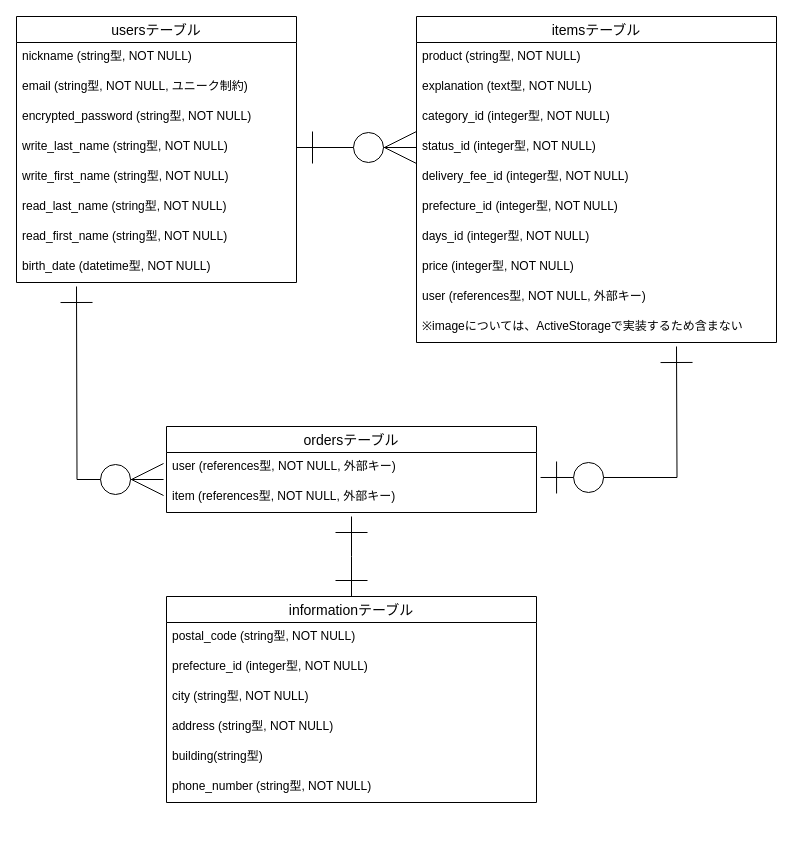
uesei777/furima-36698 keeps this draw.io diagram as furima.dio. Above is the earlier version. Source tidied: cells renumbered, new cells numbered last; positions are measured from the earlier drawing's top-left corner, leaving out a move shared by most shapes. Both pictures are drawn from the tidied source at 100%, with x=0, y=0 at pixel (16, 16).
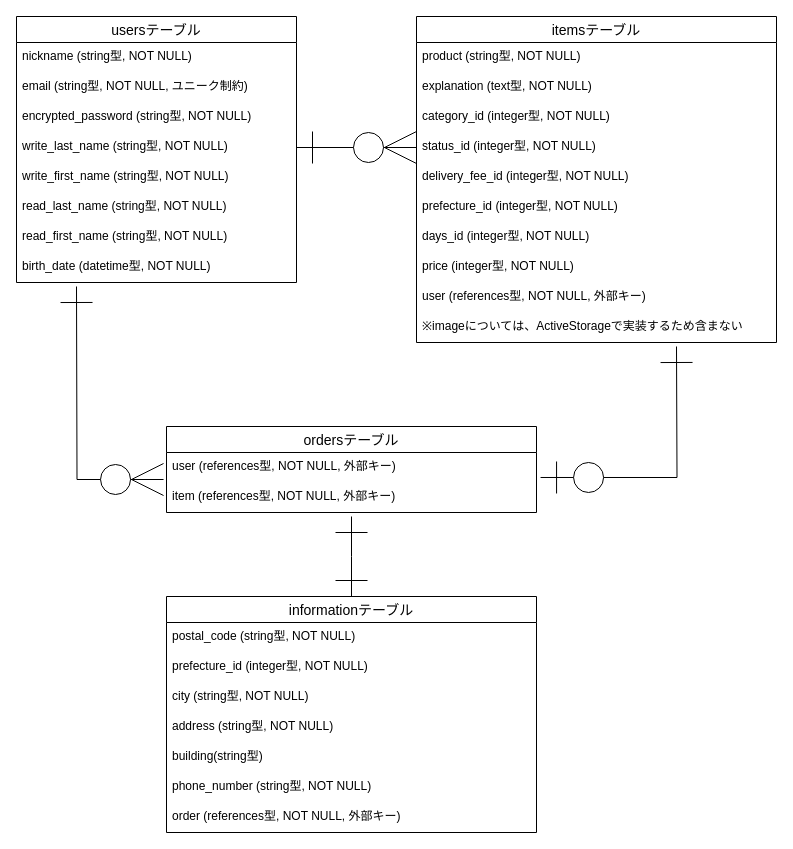
The same page after the edit.

Commit message (it also covers changes not shown here):
購入管理テーブルの外部キーを参照とするカラムの追加

The edit, as a diff of the source:
```diff
@@
     <mxCell id="12" value="informationテーブル" style="swimlane;fontStyle=0;horizontal=1;startSize=26;align=center;fontSize=14;" parent="1" vertex="1">
-      <mxGeometry x="150" y="580" width="370" height="206" as="geometry" />
+      <mxGeometry x="150" y="580" width="370" height="236" as="geometry" />
     </mxCell>
@@
+    <mxCell id="36" value="order (references型, NOT NULL, 外部キー)" style="text;strokeColor=none;fillColor=none;spacingLeft=4;spacingRight=4;overflow=hidden;fontSize=12;" parent="12" vertex="1">
+      <mxGeometry y="206" width="370" height="30" as="geometry" />
+    </mxCell>
```
